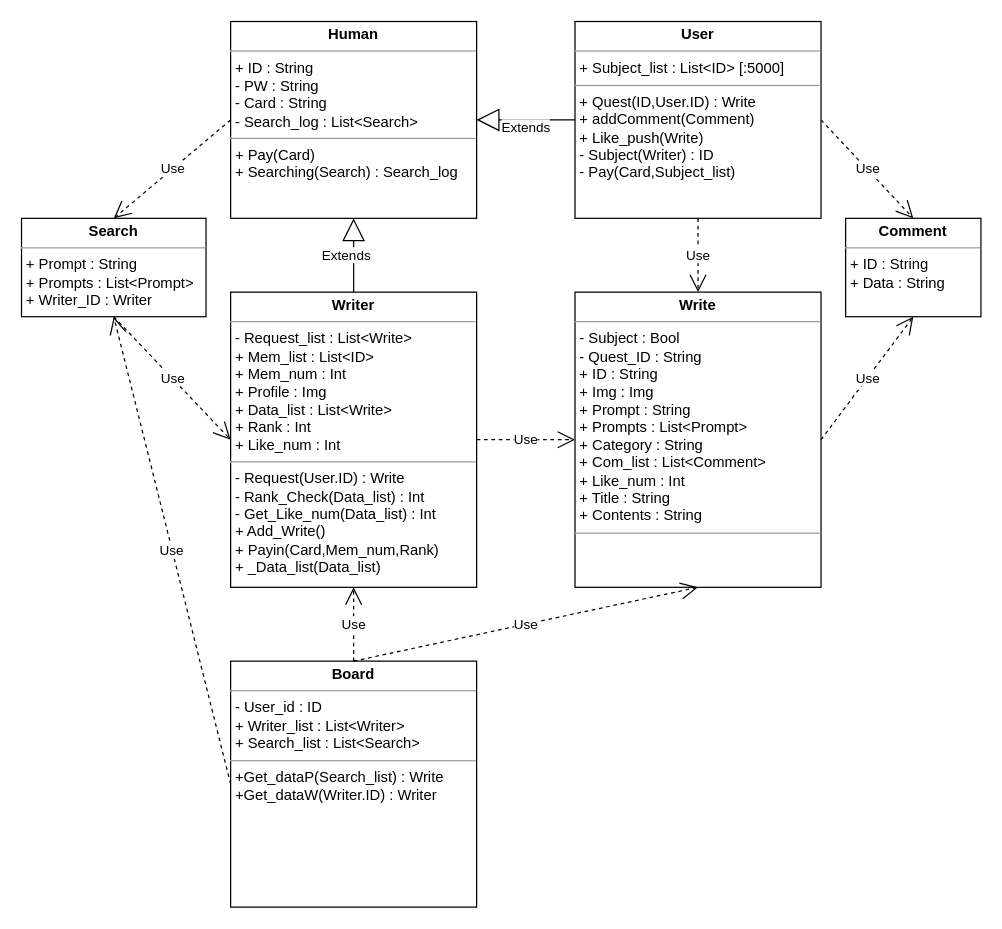
This is Classdiagram.drawio from dnjsrl132/barogrim, a draw.io file, before an edit. Source tidied: cells renumbered, new cells numbered last; positions are measured from the earlier drawing's top-left corner, leaving out a move shared by most shapes. Both pictures are drawn from the tidied source at 123%, with x=0, y=0 at pixel (21, 21).
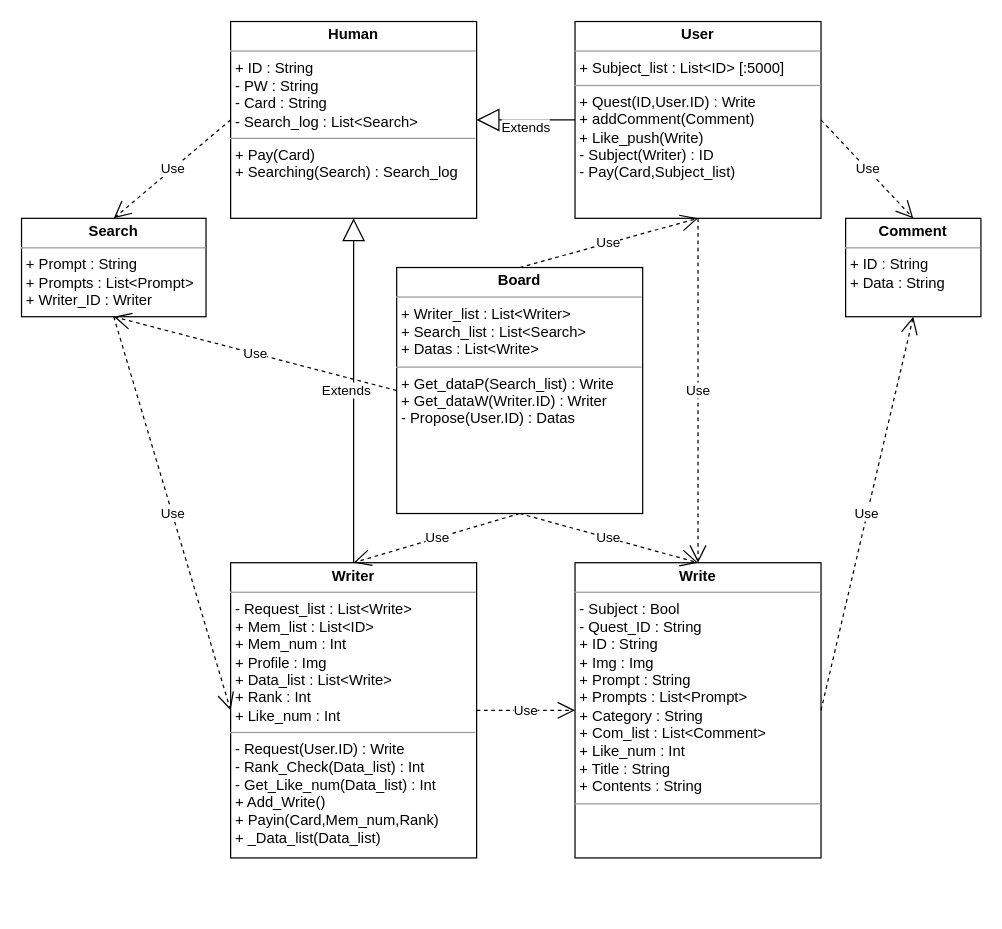
Above is the later version.

The change refers to these unchanged cells:
```xml
<mxCell id="3" value="&lt;p style=&quot;margin:0px;margin-top:4px;text-align:center;&quot;&gt;&lt;b&gt;User&lt;/b&gt;&lt;/p&gt;&lt;hr size=&quot;1&quot;&gt;&lt;p style=&quot;margin:0px;margin-left:4px;&quot;&gt;&lt;span style=&quot;background-color: initial;&quot;&gt;+ Subject_list : List&amp;lt;ID&amp;gt; [:5000]&lt;/span&gt;&lt;br&gt;&lt;/p&gt;&lt;hr size=&quot;1&quot;&gt;&lt;p style=&quot;margin:0px;margin-left:4px;&quot;&gt;+ Quest(ID,User.ID) : Write&lt;/p&gt;&lt;p style=&quot;margin:0px;margin-left:4px;&quot;&gt;+ addComment(Comment)&lt;/p&gt;&lt;p style=&quot;margin:0px;margin-left:4px;&quot;&gt;+ Like_push(Write)&lt;/p&gt;&lt;p style=&quot;margin:0px;margin-left:4px;&quot;&gt;- Subject(Writer) : ID&lt;br&gt;&lt;/p&gt;&lt;p style=&quot;margin:0px;margin-left:4px;&quot;&gt;- Pay(Card,Subject_list)&lt;/p&gt;" style="verticalAlign=top;align=left;overflow=fill;fontSize=12;fontFamily=Helvetica;html=1;rounded=0;shadow=0;comic=0;labelBackgroundColor=none;strokeWidth=1;" parent="1" vertex="1">
  <mxGeometry x="450" width="200" height="160" as="geometry" />
</mxCell>
<mxCell id="11" value="&lt;p style=&quot;margin:0px;margin-top:4px;text-align:center;&quot;&gt;&lt;b&gt;Search&lt;/b&gt;&lt;/p&gt;&lt;hr size=&quot;1&quot;&gt;&lt;p style=&quot;margin:0px;margin-left:4px;&quot;&gt;+ Prompt : String&lt;/p&gt;&lt;p style=&quot;margin:0px;margin-left:4px;&quot;&gt;+ Prompts : List&amp;lt;Prompt&amp;gt;&lt;/p&gt;&lt;p style=&quot;margin:0px;margin-left:4px;&quot;&gt;+ Writer_ID : Writer&lt;/p&gt;" style="verticalAlign=top;align=left;overflow=fill;fontSize=12;fontFamily=Helvetica;html=1;rounded=0;shadow=0;comic=0;labelBackgroundColor=none;strokeWidth=1;" parent="1" vertex="1">
  <mxGeometry y="160" width="150" height="80" as="geometry" />
</mxCell>
```

The edit, as a diff of the source:
```diff
@@
     <mxCell id="4" value="&lt;p style=&quot;margin:0px;margin-top:4px;text-align:center;&quot;&gt;&lt;b&gt;Writer&lt;/b&gt;&lt;/p&gt;&lt;hr size=&quot;1&quot;&gt;&lt;p style=&quot;margin:0px;margin-left:4px;&quot;&gt;&lt;span style=&quot;background-color: initial;&quot;&gt;- Request_list : List&amp;lt;Write&amp;gt;&lt;/span&gt;&lt;/p&gt;&lt;p style=&quot;margin:0px;margin-left:4px;&quot;&gt;&lt;span style=&quot;background-color: initial;&quot;&gt;+ Mem_list : List&amp;lt;ID&amp;gt;&lt;/span&gt;&lt;/p&gt;&lt;p style=&quot;margin:0px;margin-left:4px;&quot;&gt;&lt;span style=&quot;background-color: initial;&quot;&gt;+ Mem_num : Int&lt;/span&gt;&lt;/p&gt;&lt;p style=&quot;margin:0px;margin-left:4px;&quot;&gt;&lt;span style=&quot;background-color: initial;&quot;&gt;+ Profile : Img&lt;/span&gt;&lt;/p&gt;&lt;p style=&quot;margin:0px;margin-left:4px;&quot;&gt;&lt;span style=&quot;background-color: initial;&quot;&gt;+ Data_list : List&amp;lt;Write&amp;gt;&lt;/span&gt;&lt;/p&gt;&lt;p style=&quot;margin:0px;margin-left:4px;&quot;&gt;&lt;span style=&quot;background-color: initial;&quot;&gt;+ Rank : Int&lt;/span&gt;&lt;/p&gt;&lt;p style=&quot;margin:0px;margin-left:4px;&quot;&gt;&lt;span style=&quot;background-color: initial;&quot;&gt;+ Like_num : Int&lt;/span&gt;&lt;/p&gt;&lt;hr size=&quot;1&quot;&gt;&lt;p style=&quot;margin:0px;margin-left:4px;&quot;&gt;- Request(User.ID) : Write&lt;/p&gt;&lt;p style=&quot;margin:0px;margin-left:4px;&quot;&gt;- Rank_Check(Data_list) : Int&lt;/p&gt;&lt;p style=&quot;margin:0px;margin-left:4px;&quot;&gt;- Get_Like_num(Data_list) : Int&lt;/p&gt;&lt;p style=&quot;margin:0px;margin-left:4px;&quot;&gt;+ Add_Write()&lt;/p&gt;&lt;p style=&quot;margin:0px;margin-left:4px;&quot;&gt;+ Payin(Card,Mem_num,Rank)&lt;/p&gt;&lt;p style=&quot;margin:0px;margin-left:4px;&quot;&gt;+ _Data_list(Data_list)&lt;/p&gt;" style="verticalAlign=top;align=left;overflow=fill;fontSize=12;fontFamily=Helvetica;html=1;rounded=0;shadow=0;comic=0;labelBackgroundColor=none;strokeWidth=1;" parent="1" vertex="1">
-      <mxGeometry x="170" y="220" width="200" height="240" as="geometry" />
+      <mxGeometry x="170" y="440" width="200" height="240" as="geometry" />
     </mxCell>
     <mxCell id="5" value="&lt;p style=&quot;margin:0px;margin-top:4px;text-align:center;&quot;&gt;&lt;b&gt;Write&lt;/b&gt;&lt;/p&gt;&lt;hr size=&quot;1&quot;&gt;&lt;p style=&quot;margin:0px;margin-left:4px;&quot;&gt;&lt;span style=&quot;background-color: initial;&quot;&gt;- Subject : Bool&lt;/span&gt;&lt;/p&gt;&lt;p style=&quot;margin:0px;margin-left:4px;&quot;&gt;&lt;span style=&quot;background-color: initial;&quot;&gt;- Quest_ID : String&lt;/span&gt;&lt;/p&gt;&lt;p style=&quot;margin:0px;margin-left:4px;&quot;&gt;&lt;span style=&quot;background-color: initial;&quot;&gt;+ ID : String&lt;/span&gt;&lt;/p&gt;&lt;p style=&quot;margin:0px;margin-left:4px;&quot;&gt;+ Img : Img&lt;/p&gt;&lt;p style=&quot;margin:0px;margin-left:4px;&quot;&gt;+ Prompt : String&lt;/p&gt;&lt;p style=&quot;margin:0px;margin-left:4px;&quot;&gt;+ Prompts : List&amp;lt;Prompt&amp;gt;&lt;/p&gt;&lt;p style=&quot;margin:0px;margin-left:4px;&quot;&gt;+ Category : String&lt;/p&gt;&lt;p style=&quot;margin:0px;margin-left:4px;&quot;&gt;+ Com_list : List&amp;lt;Comment&amp;gt;&lt;/p&gt;&lt;p style=&quot;margin:0px;margin-left:4px;&quot;&gt;+ Like_num : Int&lt;br&gt;&lt;/p&gt;&lt;p style=&quot;margin:0px;margin-left:4px;&quot;&gt;+ Title : String&lt;/p&gt;&lt;p style=&quot;margin:0px;margin-left:4px;&quot;&gt;+ Contents : String&lt;/p&gt;&lt;hr size=&quot;1&quot;&gt;&lt;p style=&quot;margin:0px;margin-left:4px;&quot;&gt;&lt;br&gt;&lt;/p&gt;" style="verticalAlign=top;align=left;overflow=fill;fontSize=12;fontFamily=Helvetica;html=1;rounded=0;shadow=0;comic=0;labelBackgroundColor=none;strokeWidth=1;" parent="1" vertex="1">
-      <mxGeometry x="450" y="220" width="200" height="240" as="geometry" />
+      <mxGeometry x="450" y="440" width="200" height="240" as="geometry" />
     </mxCell>
-    <mxCell id="6" value="&lt;p style=&quot;margin:0px;margin-top:4px;text-align:center;&quot;&gt;&lt;b&gt;Board&lt;/b&gt;&lt;/p&gt;&lt;hr size=&quot;1&quot;&gt;&lt;p style=&quot;margin:0px;margin-left:4px;&quot;&gt;&lt;span style=&quot;background-color: initial;&quot;&gt;- User_id : ID&lt;/span&gt;&lt;/p&gt;&lt;p style=&quot;margin:0px;margin-left:4px;&quot;&gt;+ Writer_list : List&amp;lt;Writer&amp;gt;&lt;/p&gt;&lt;p style=&quot;margin:0px;margin-left:4px;&quot;&gt;+ Search_list : List&amp;lt;Search&amp;gt;&lt;/p&gt;&lt;hr size=&quot;1&quot;&gt;&lt;p style=&quot;margin:0px;margin-left:4px;&quot;&gt;+Get_dataP(Search_list) : Write&lt;/p&gt;&lt;p style=&quot;margin:0px;margin-left:4px;&quot;&gt;+Get_dataW(Writer.ID) : Writer&lt;/p&gt;" style="verticalAlign=top;align=left;overflow=fill;fontSize=12;fontFamily=Helvetica;html=1;rounded=0;shadow=0;comic=0;labelBackgroundColor=none;strokeWidth=1;" parent="1" vertex="1">
-      <mxGeometry x="170" y="520" width="200" height="200" as="geometry" />
+    <mxCell id="6" value="&lt;p style=&quot;margin:0px;margin-top:4px;text-align:center;&quot;&gt;&lt;b&gt;Board&lt;/b&gt;&lt;/p&gt;&lt;hr size=&quot;1&quot;&gt;&lt;p style=&quot;margin:0px;margin-left:4px;&quot;&gt;&lt;span style=&quot;background-color: initial;&quot;&gt;+ Writer_list : List&amp;lt;Writer&amp;gt;&lt;/span&gt;&lt;br&gt;&lt;/p&gt;&lt;p style=&quot;margin:0px;margin-left:4px;&quot;&gt;+ Search_list : List&amp;lt;Search&amp;gt;&lt;/p&gt;&lt;p style=&quot;margin:0px;margin-left:4px;&quot;&gt;+ Datas : List&amp;lt;Write&amp;gt;&lt;/p&gt;&lt;hr size=&quot;1&quot;&gt;&lt;p style=&quot;margin:0px;margin-left:4px;&quot;&gt;+ Get_dataP(Search_list) : Write&lt;/p&gt;&lt;p style=&quot;margin:0px;margin-left:4px;&quot;&gt;+ Get_dataW(Writer.ID) : Writer&lt;/p&gt;&lt;p style=&quot;margin:0px;margin-left:4px;&quot;&gt;- Propose(User.ID) : Datas&lt;/p&gt;" style="verticalAlign=top;align=left;overflow=fill;fontSize=12;fontFamily=Helvetica;html=1;rounded=0;shadow=0;comic=0;labelBackgroundColor=none;strokeWidth=1;" parent="1" vertex="1">
+      <mxGeometry x="305" y="200" width="200" height="200" as="geometry" />
     </mxCell>
@@
-    <mxCell id="13" value="Use" style="endArrow=open;endSize=12;dashed=1;html=1;rounded=0;entryX=0.5;entryY=1;entryDx=0;entryDy=0;" parent="1" edge="1" target="11">
-      <mxGeometry relative="1" as="geometry">
-        <mxPoint x="170" y="620" as="sourcePoint" />
-      </mxGeometry>
+    <mxCell id="13" value="Use" style="endArrow=open;endSize=12;dashed=1;html=1;rounded=0;entryX=0.5;entryY=1;entryDx=0;entryDy=0;exitX=0;exitY=0.5;exitDx=0;exitDy=0;" parent="1" edge="1" source="6" target="11">
+      <mxGeometry relative="1" as="geometry" />
     </mxCell>
@@
-    <mxCell id="16" value="Use" style="endArrow=open;endSize=12;dashed=1;html=1;rounded=0;entryX=0.5;entryY=1;entryDx=0;entryDy=0;exitX=0.5;exitY=0;exitDx=0;exitDy=0;" parent="1" edge="1" source="6" target="5">
+    <mxCell id="16" value="Use" style="endArrow=open;endSize=12;dashed=1;html=1;rounded=0;entryX=0.5;entryY=0;entryDx=0;entryDy=0;exitX=0.5;exitY=1;exitDx=0;exitDy=0;" parent="1" edge="1" source="6" target="5">
       <mxGeometry relative="1" as="geometry" />
     </mxCell>
-    <mxCell id="17" value="Use" style="endArrow=open;endSize=12;dashed=1;html=1;rounded=0;entryX=0.5;entryY=1;entryDx=0;entryDy=0;exitX=0.5;exitY=0;exitDx=0;exitDy=0;" parent="1" edge="1" source="6" target="4">
+    <mxCell id="17" value="Use" style="endArrow=open;endSize=12;dashed=1;html=1;rounded=0;entryX=0.5;entryY=0;entryDx=0;entryDy=0;exitX=0.5;exitY=1;exitDx=0;exitDy=0;" parent="1" edge="1" source="6" target="4">
       <mxGeometry relative="1" as="geometry" />
     </mxCell>
@@
+    <mxCell id="20" value="Use" style="endArrow=open;endSize=12;dashed=1;html=1;rounded=0;entryX=0.5;entryY=1;entryDx=0;entryDy=0;exitX=0.5;exitY=0;exitDx=0;exitDy=0;" parent="1" edge="1" source="6" target="3">
+      <mxGeometry relative="1" as="geometry" />
+    </mxCell>
```
